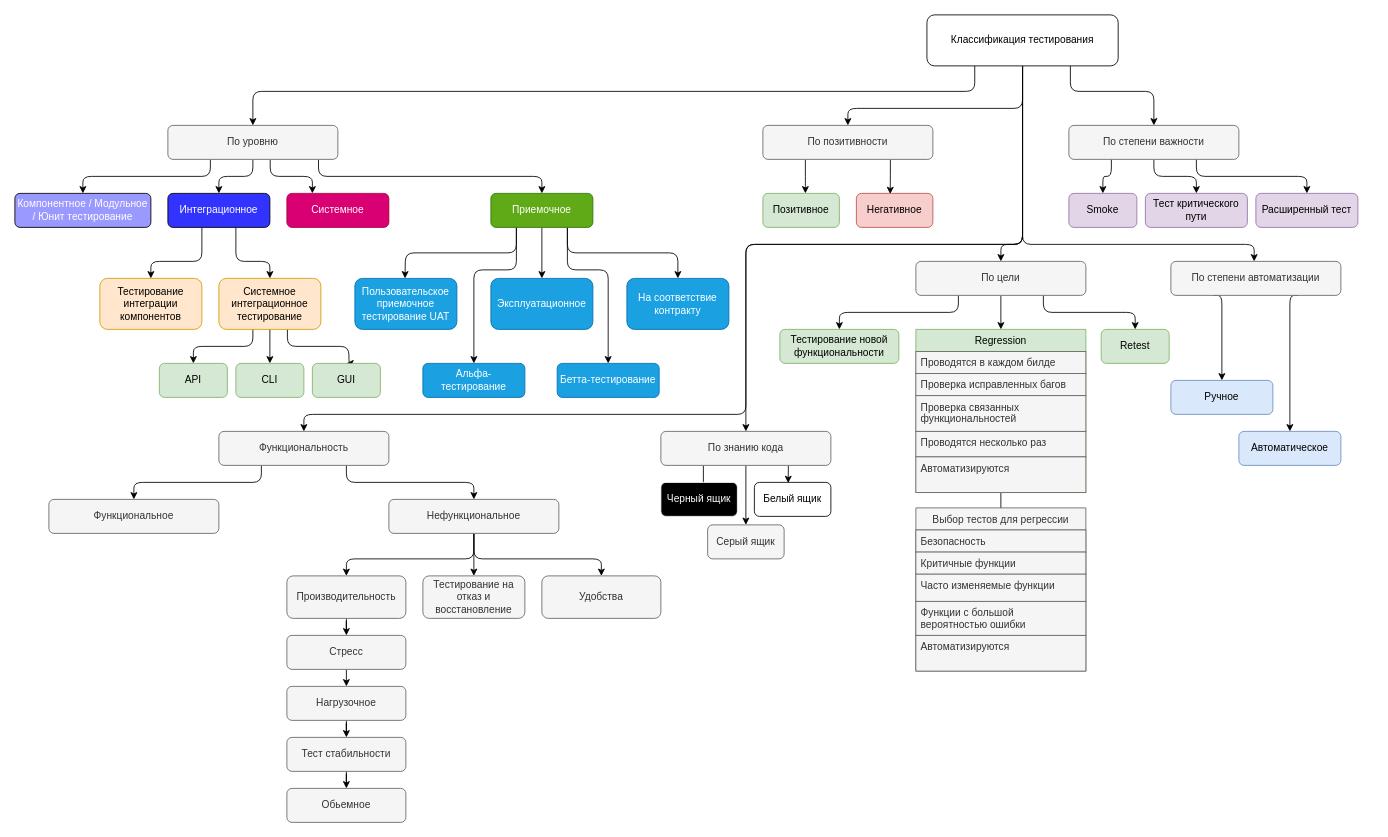
dimaevan/Diagrams keeps this draw.io diagram as Classification Of Testing.drawio. Above is the earlier version. Source tidied: cells renumbered, new cells numbered last; positions are measured from the earlier drawing's top-left corner, leaving out a move shared by most shapes. Both pictures are drawn from the tidied source at 85%, with x=0, y=0 at pixel (14, 14).
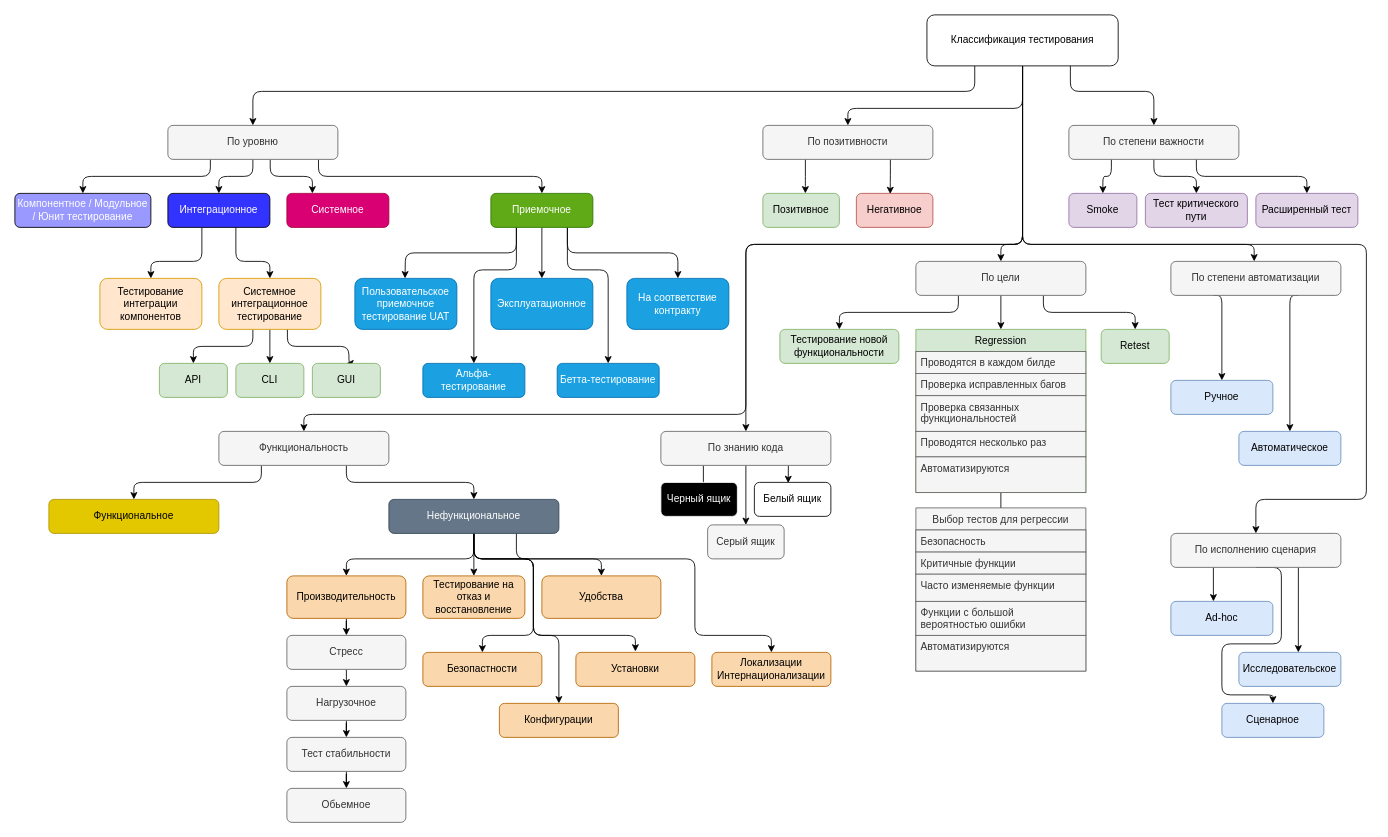
The same page after the edit.

Unchanged cells that the change refers to:
```xml
<mxCell id="9" value="Классификация тестирования" style="rounded=1;whiteSpace=wrap;html=1;" parent="1" vertex="1">
  <mxGeometry x="1073" width="225" height="60" as="geometry" />
</mxCell>
```

The edit, as a diff of the source:
```diff
@@
+    <mxCell id="102" style="edgeStyle=orthogonalEdgeStyle;rounded=1;jettySize=auto;html=1;exitX=0.5;exitY=1;exitDx=0;exitDy=0;entryX=0.5;entryY=0;entryDx=0;entryDy=0;fontColor=#FFFFFF;" parent="1" edge="1" source="9" target="114">
+      <mxGeometry relative="1" as="geometry">
+        <Array as="points">
+          <mxPoint x="1186" y="270" />
+          <mxPoint x="1590" y="270" />
+          <mxPoint x="1590" y="570" />
+          <mxPoint x="1460" y="570" />
+        </Array>
+      </mxGeometry>
+    </mxCell>
@@
-    <mxCell id="86" value="Функциональное" style="rounded=1;whiteSpace=wrap;html=1;fillColor=#f5f5f5;fontColor=#333333;strokeColor=#666666;" parent="1" vertex="1">
+    <mxCell id="86" value="Функциональное" style="rounded=1;whiteSpace=wrap;html=1;fillColor=#e3c800;fontColor=#000000;strokeColor=#B09500;" parent="1" vertex="1">
       <mxGeometry x="40" y="570" width="200" height="40" as="geometry" />
     </mxCell>
@@
+    <mxCell id="103" style="edgeStyle=orthogonalEdgeStyle;rounded=1;jettySize=auto;html=1;entryX=0.5;entryY=0;entryDx=0;entryDy=0;fontColor=#FFFFFF;" parent="1" edge="1" source="90" target="107">
+      <mxGeometry relative="1" as="geometry">
+        <Array as="points">
+          <mxPoint x="540" y="640" />
+          <mxPoint x="610" y="640" />
+          <mxPoint x="610" y="730" />
+        </Array>
+      </mxGeometry>
+    </mxCell>
+    <mxCell id="104" style="edgeStyle=orthogonalEdgeStyle;rounded=1;jettySize=auto;html=1;fontColor=#FFFFFF;exitX=0.5;exitY=1;exitDx=0;exitDy=0;" parent="1" edge="1" source="90">
+      <mxGeometry relative="1" as="geometry">
+        <mxPoint x="730" y="749" as="targetPoint" />
+        <Array as="points">
+          <mxPoint x="540" y="640" />
+          <mxPoint x="610" y="640" />
+          <mxPoint x="610" y="730" />
+          <mxPoint x="730" y="730" />
+        </Array>
+      </mxGeometry>
+    </mxCell>
+    <mxCell id="105" style="edgeStyle=orthogonalEdgeStyle;rounded=1;jettySize=auto;html=1;fontColor=#FFFFFF;exitX=0.5;exitY=1;exitDx=0;exitDy=0;entryX=0.5;entryY=0;entryDx=0;entryDy=0;" parent="1" edge="1" source="90" target="109">
+      <mxGeometry relative="1" as="geometry">
+        <Array as="points">
+          <mxPoint x="540" y="640" />
+          <mxPoint x="610" y="640" />
+          <mxPoint x="610" y="730" />
+          <mxPoint x="640" y="730" />
+        </Array>
+      </mxGeometry>
+    </mxCell>
+    <mxCell id="106" style="edgeStyle=orthogonalEdgeStyle;rounded=1;jettySize=auto;html=1;exitX=0.75;exitY=1;exitDx=0;exitDy=0;entryX=0.5;entryY=0;entryDx=0;entryDy=0;fontColor=#FFFFFF;" parent="1" edge="1" source="90" target="110">
+      <mxGeometry relative="1" as="geometry">
+        <Array as="points">
+          <mxPoint x="590" y="640" />
+          <mxPoint x="800" y="640" />
+          <mxPoint x="800" y="730" />
+          <mxPoint x="890" y="730" />
+        </Array>
+      </mxGeometry>
+    </mxCell>
-    <mxCell id="90" value="Нефункциональное" style="rounded=1;whiteSpace=wrap;html=1;fillColor=#f5f5f5;fontColor=#333333;strokeColor=#666666;" parent="1" vertex="1">
+    <mxCell id="90" value="Нефункциональное" style="rounded=1;whiteSpace=wrap;html=1;fillColor=#647687;fontColor=#ffffff;strokeColor=#314354;" parent="1" vertex="1">
       <mxGeometry x="440" y="570" width="200" height="40" as="geometry" />
     </mxCell>
-    <mxCell id="91" value="Тестирование на отказ и восстановление" style="whiteSpace=wrap;html=1;fillColor=#f5f5f5;strokeColor=#666666;fontColor=#333333;rounded=1;" parent="1" vertex="1">
+    <mxCell id="91" value="Тестирование на отказ и восстановление" style="whiteSpace=wrap;html=1;fillColor=#fad7ac;strokeColor=#b46504;rounded=1;" parent="1" vertex="1">
       <mxGeometry x="480" y="660" width="120" height="50" as="geometry" />
     </mxCell>
@@
-    <mxCell id="93" value="Производительность" style="whiteSpace=wrap;html=1;fillColor=#f5f5f5;strokeColor=#666666;fontColor=#333333;rounded=1;" parent="1" vertex="1">
+    <mxCell id="93" value="Производительность" style="whiteSpace=wrap;html=1;fillColor=#fad7ac;strokeColor=#b46504;rounded=1;" parent="1" vertex="1">
       <mxGeometry x="320" y="660" width="140" height="50" as="geometry" />
     </mxCell>
@@
-    <mxCell id="101" value="Удобства" style="whiteSpace=wrap;html=1;fillColor=#f5f5f5;strokeColor=#666666;fontColor=#333333;rounded=1;" parent="1" vertex="1">
+    <mxCell id="101" value="Удобства" style="whiteSpace=wrap;html=1;fillColor=#fad7ac;strokeColor=#b46504;rounded=1;" parent="1" vertex="1">
       <mxGeometry x="620" y="660" width="140" height="50" as="geometry" />
     </mxCell>
+    <mxCell id="107" value="Безопастности" style="whiteSpace=wrap;html=1;fillColor=#fad7ac;strokeColor=#b46504;rounded=1;" parent="1" vertex="1">
+      <mxGeometry x="480" y="750" width="140" height="40" as="geometry" />
+    </mxCell>
+    <mxCell id="108" value="Установки" style="whiteSpace=wrap;html=1;fillColor=#fad7ac;strokeColor=#b46504;rounded=1;" parent="1" vertex="1">
+      <mxGeometry x="660" y="750" width="140" height="40" as="geometry" />
+    </mxCell>
+    <mxCell id="109" value="Конфигурации" style="whiteSpace=wrap;html=1;fillColor=#fad7ac;strokeColor=#b46504;rounded=1;" parent="1" vertex="1">
+      <mxGeometry x="570" y="810" width="140" height="40" as="geometry" />
+    </mxCell>
+    <mxCell id="110" value="Локализации&lt;br&gt;Интернационализации" style="whiteSpace=wrap;html=1;fillColor=#fad7ac;strokeColor=#b46504;rounded=1;" parent="1" vertex="1">
+      <mxGeometry x="820" y="750" width="140" height="40" as="geometry" />
+    </mxCell>
+    <mxCell id="111" style="edgeStyle=orthogonalEdgeStyle;rounded=1;jettySize=auto;html=1;exitX=0.25;exitY=1;exitDx=0;exitDy=0;entryX=0.417;entryY=0;entryDx=0;entryDy=0;entryPerimeter=0;fontColor=#FFFFFF;" parent="1" edge="1" source="114" target="115">
+      <mxGeometry relative="1" as="geometry" />
+    </mxCell>
+    <mxCell id="112" style="edgeStyle=orthogonalEdgeStyle;rounded=1;jettySize=auto;html=1;exitX=0.75;exitY=1;exitDx=0;exitDy=0;entryX=0.583;entryY=0;entryDx=0;entryDy=0;entryPerimeter=0;fontColor=#FFFFFF;" parent="1" edge="1" source="114" target="116">
+      <mxGeometry relative="1" as="geometry" />
+    </mxCell>
+    <mxCell id="113" style="edgeStyle=orthogonalEdgeStyle;rounded=1;jettySize=auto;html=1;exitX=0.5;exitY=1;exitDx=0;exitDy=0;entryX=0.5;entryY=0;entryDx=0;entryDy=0;fontColor=#FFFFFF;" parent="1" edge="1" source="114" target="117">
+      <mxGeometry relative="1" as="geometry">
+        <Array as="points">
+          <mxPoint x="1490" y="650" />
+          <mxPoint x="1490" y="740" />
+          <mxPoint x="1420" y="740" />
+          <mxPoint x="1420" y="800" />
+          <mxPoint x="1480" y="800" />
+        </Array>
+      </mxGeometry>
+    </mxCell>
+    <mxCell id="114" value="По исполнению сценария" style="rounded=1;whiteSpace=wrap;html=1;fillColor=#f5f5f5;fontColor=#333333;strokeColor=#666666;" parent="1" vertex="1">
+      <mxGeometry x="1360" y="610" width="200" height="40" as="geometry" />
+    </mxCell>
+    <mxCell id="115" value="Ad-hoc" style="whiteSpace=wrap;html=1;fillColor=#dae8fc;strokeColor=#6c8ebf;rounded=1;" parent="1" vertex="1">
+      <mxGeometry x="1360" y="690" width="120" height="40" as="geometry" />
+    </mxCell>
+    <mxCell id="116" value="Исследовательское" style="whiteSpace=wrap;html=1;fillColor=#dae8fc;strokeColor=#6c8ebf;rounded=1;" parent="1" vertex="1">
+      <mxGeometry x="1440" y="750" width="120" height="40" as="geometry" />
+    </mxCell>
+    <mxCell id="117" value="Сценарное" style="whiteSpace=wrap;html=1;fillColor=#dae8fc;strokeColor=#6c8ebf;rounded=1;" parent="1" vertex="1">
+      <mxGeometry x="1420" y="810" width="120" height="40" as="geometry" />
+    </mxCell>
```
